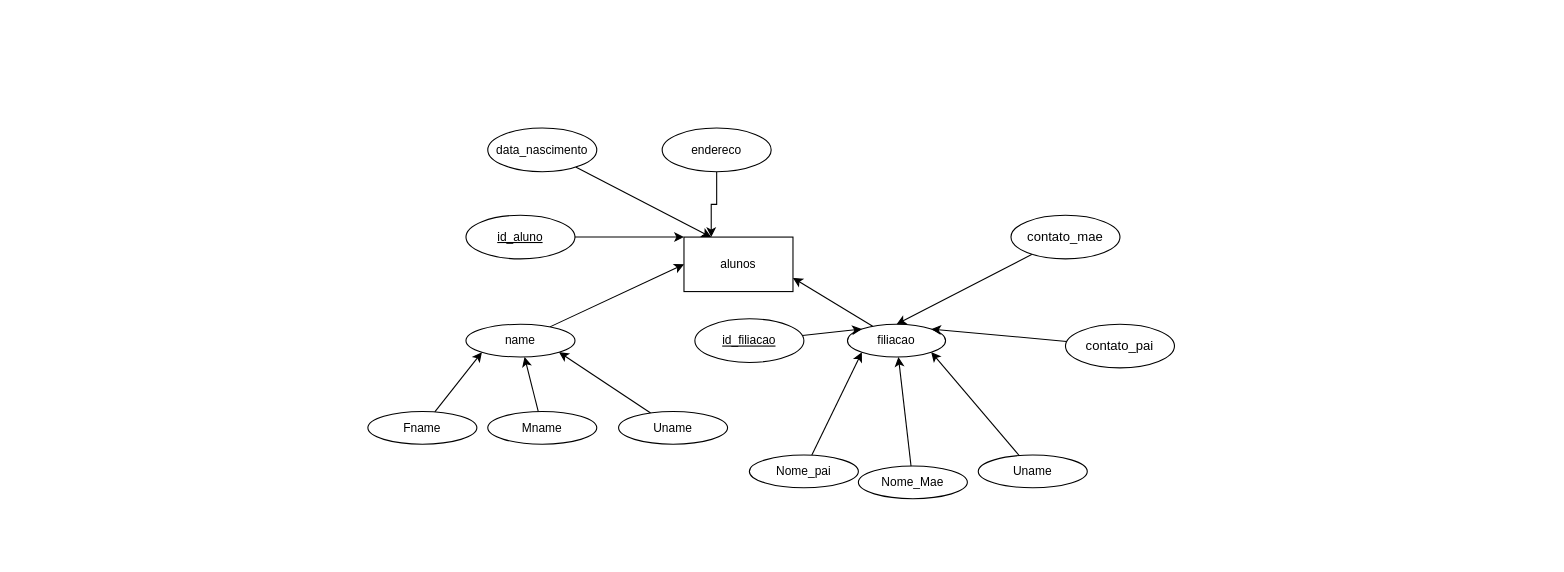
This is Untitled Diagram.drawio from DanielCastilhoDIniz/Estudos_SQL_python, a draw.io file, before an edit. Source tidied: cells renumbered, new cells numbered last; positions are measured from the earlier drawing's top-left corner, leaving out a move shared by most shapes. Both pictures are drawn from the tidied source at 109%, with x=0, y=0 at pixel (367, 128).
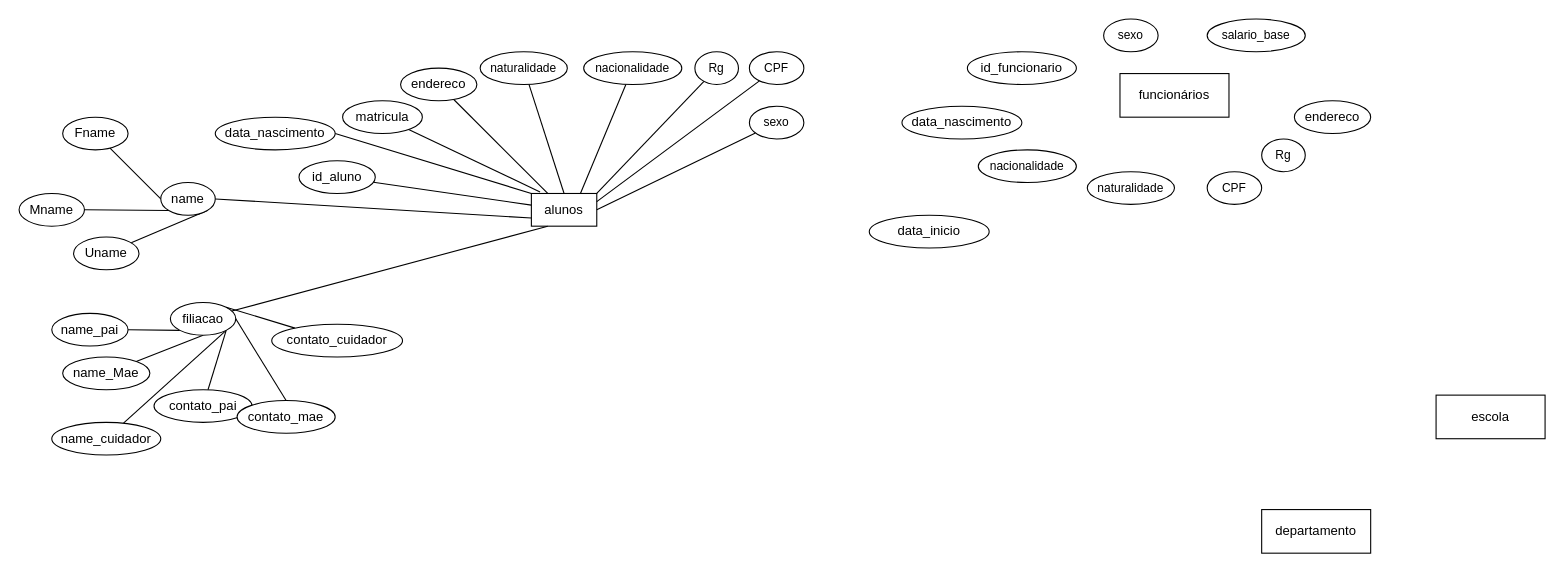
The same diagram, later.

Change to the diagram source:
```diff
@@
-    <mxCell id="2" value="alunos" style="whiteSpace=wrap;html=1;align=center;fontSize=11;" parent="1" vertex="1">
-      <mxGeometry x="290" y="100" width="100" height="50" as="geometry" />
+    <mxCell id="2" value="alunos" style="whiteSpace=wrap;html=1;align=center;rounded=0;labelBackgroundColor=none;" parent="1" vertex="1">
+      <mxGeometry x="150" y="60" width="60" height="30" as="geometry" />
     </mxCell>
-    <mxCell id="3" style="rounded=0;jettySize=auto;html=1;entryX=0;entryY=1;entryDx=0;entryDy=0;fontSize=11;elbow=vertical;" parent="1" edge="1" source="4" target="10">
+    <mxCell id="3" style="rounded=0;jettySize=auto;html=1;entryX=0;entryY=0.5;entryDx=0;entryDy=0;endArrow=none;endFill=0;labelBackgroundColor=none;fontColor=default;" parent="1" edge="1" source="4" target="10">
       <mxGeometry relative="1" as="geometry" />
     </mxCell>
-    <mxCell id="4" value="Fname" style="ellipse;whiteSpace=wrap;html=1;align=center;fontSize=11;" parent="1" vertex="1">
-      <mxGeometry y="260" width="100" height="30" as="geometry" />
+    <mxCell id="4" value="Fname" style="ellipse;whiteSpace=wrap;html=1;align=center;labelBackgroundColor=none;" parent="1" vertex="1">
+      <mxGeometry x="-280" y="-10" width="60" height="30" as="geometry" />
     </mxCell>
-    <mxCell id="5" style="rounded=0;jettySize=auto;html=1;entryX=1;entryY=1;entryDx=0;entryDy=0;fontSize=11;elbow=vertical;" parent="1" edge="1" source="6" target="10">
+    <mxCell id="5" style="rounded=0;jettySize=auto;html=1;entryX=1;entryY=1;entryDx=0;entryDy=0;endArrow=none;endFill=0;labelBackgroundColor=none;fontColor=default;" parent="1" edge="1" source="6" target="10">
       <mxGeometry relative="1" as="geometry" />
     </mxCell>
-    <mxCell id="6" value="Uname" style="ellipse;whiteSpace=wrap;html=1;align=center;fontSize=11;" parent="1" vertex="1">
-      <mxGeometry x="230" y="260" width="100" height="30" as="geometry" />
+    <mxCell id="6" value="Uname" style="ellipse;whiteSpace=wrap;html=1;align=center;labelBackgroundColor=none;" parent="1" vertex="1">
+      <mxGeometry x="-270" y="100" width="60" height="30" as="geometry" />
     </mxCell>
-    <mxCell id="7" style="rounded=0;jettySize=auto;html=1;fontSize=11;elbow=vertical;" parent="1" edge="1" source="8" target="10">
+    <mxCell id="7" style="rounded=0;jettySize=auto;html=1;entryX=0;entryY=1;entryDx=0;entryDy=0;endArrow=none;endFill=0;labelBackgroundColor=none;fontColor=default;" parent="1" edge="1" source="8" target="10">
       <mxGeometry relative="1" as="geometry" />
     </mxCell>
-    <mxCell id="8" value="Mname" style="ellipse;whiteSpace=wrap;html=1;align=center;fontSize=11;" parent="1" vertex="1">
-      <mxGeometry x="110" y="260" width="100" height="30" as="geometry" />
+    <mxCell id="8" value="Mname" style="ellipse;whiteSpace=wrap;html=1;align=center;labelBackgroundColor=none;" parent="1" vertex="1">
+      <mxGeometry x="-320" y="60" width="60" height="30" as="geometry" />
     </mxCell>
-    <mxCell id="9" style="rounded=0;jettySize=auto;html=1;entryX=0;entryY=0.5;entryDx=0;entryDy=0;fontSize=11;elbow=vertical;" parent="1" edge="1" source="10" target="2">
+    <mxCell id="9" style="rounded=0;jettySize=auto;html=1;entryX=0;entryY=0.75;entryDx=0;entryDy=0;exitX=1;exitY=0.5;exitDx=0;exitDy=0;endArrow=none;endFill=0;labelBackgroundColor=none;fontColor=default;" parent="1" edge="1" source="10" target="2">
       <mxGeometry relative="1" as="geometry" />
     </mxCell>
-    <mxCell id="10" value="name" style="ellipse;whiteSpace=wrap;html=1;align=center;fontSize=11;" parent="1" vertex="1">
-      <mxGeometry x="90" y="180" width="100" height="30" as="geometry" />
+    <mxCell id="10" value="name" style="ellipse;whiteSpace=wrap;html=1;align=center;labelBackgroundColor=none;" parent="1" vertex="1">
+      <mxGeometry x="-190" y="50" width="50" height="30" as="geometry" />
     </mxCell>
-    <mxCell id="11" style="rounded=0;jettySize=auto;html=1;entryX=0;entryY=1;entryDx=0;entryDy=0;fontSize=11;elbow=vertical;" parent="1" edge="1" source="12" target="18">
+    <mxCell id="11" style="rounded=0;jettySize=auto;html=1;entryX=0;entryY=1;entryDx=0;entryDy=0;endArrow=none;endFill=0;labelBackgroundColor=none;fontColor=default;" parent="1" edge="1" source="12" target="18">
       <mxGeometry relative="1" as="geometry" />
     </mxCell>
-    <mxCell id="12" value="Nome_pai" style="ellipse;whiteSpace=wrap;html=1;align=center;fontSize=11;" parent="1" vertex="1">
-      <mxGeometry x="350" y="300" width="100" height="30" as="geometry" />
+    <mxCell id="12" value="name_pai" style="ellipse;whiteSpace=wrap;html=1;align=center;labelBackgroundColor=none;" parent="1" vertex="1">
+      <mxGeometry x="-290" y="170" width="70" height="30" as="geometry" />
     </mxCell>
-    <mxCell id="13" style="rounded=0;jettySize=auto;html=1;entryX=1;entryY=1;entryDx=0;entryDy=0;fontSize=11;elbow=vertical;" parent="1" edge="1" source="14" target="18">
+    <mxCell id="13" style="rounded=0;jettySize=auto;html=1;entryX=1;entryY=1;entryDx=0;entryDy=0;endArrow=none;endFill=0;labelBackgroundColor=none;fontColor=default;" parent="1" edge="1" source="14" target="18">
       <mxGeometry relative="1" as="geometry" />
     </mxCell>
-    <mxCell id="14" value="Uname" style="ellipse;whiteSpace=wrap;html=1;align=center;fontSize=11;" parent="1" vertex="1">
-      <mxGeometry x="560" y="300" width="100" height="30" as="geometry" />
+    <mxCell id="14" value="name_cuidador" style="ellipse;whiteSpace=wrap;html=1;align=center;labelBackgroundColor=none;" parent="1" vertex="1">
+      <mxGeometry x="-290" y="270" width="100" height="30" as="geometry" />
     </mxCell>
-    <mxCell id="15" style="rounded=0;jettySize=auto;html=1;fontSize=11;elbow=vertical;" parent="1" edge="1" source="16" target="18">
+    <mxCell id="15" style="rounded=0;jettySize=auto;html=1;entryX=0.5;entryY=1;entryDx=0;entryDy=0;endArrow=none;endFill=0;labelBackgroundColor=none;fontColor=default;" parent="1" edge="1" source="16" target="18">
       <mxGeometry relative="1" as="geometry" />
     </mxCell>
-    <mxCell id="16" value="Nome_Mae" style="ellipse;whiteSpace=wrap;html=1;align=center;fontSize=11;" parent="1" vertex="1">
-      <mxGeometry x="450" y="310" width="100" height="30" as="geometry" />
+    <mxCell id="16" value="name_Mae" style="ellipse;whiteSpace=wrap;html=1;align=center;labelBackgroundColor=none;" parent="1" vertex="1">
+      <mxGeometry x="-280" y="210" width="80" height="30" as="geometry" />
     </mxCell>
-    <mxCell id="17" style="rounded=0;jettySize=auto;html=1;entryX=1;entryY=0.75;entryDx=0;entryDy=0;fontSize=11;elbow=vertical;" parent="1" edge="1" source="18" target="2">
+    <mxCell id="17" style="rounded=0;jettySize=auto;html=1;entryX=0.25;entryY=1;entryDx=0;entryDy=0;endArrow=none;endFill=0;labelBackgroundColor=none;fontColor=default;" parent="1" edge="1" source="18" target="2">
       <mxGeometry relative="1" as="geometry" />
     </mxCell>
-    <mxCell id="18" value="filiacao" style="ellipse;whiteSpace=wrap;html=1;align=center;fontSize=11;" parent="1" vertex="1">
-      <mxGeometry x="440" y="180" width="90" height="30" as="geometry" />
+    <mxCell id="18" value="filiacao" style="ellipse;whiteSpace=wrap;html=1;align=center;labelBackgroundColor=none;" parent="1" vertex="1">
+      <mxGeometry x="-181.2" y="160" width="60" height="30" as="geometry" />
     </mxCell>
-    <mxCell id="19" style="rounded=0;jettySize=auto;html=1;entryX=0;entryY=0;entryDx=0;entryDy=0;fontSize=11;elbow=vertical;" parent="1" edge="1" source="20" target="2">
+    <mxCell id="19" style="rounded=0;jettySize=auto;html=1;endArrow=none;endFill=0;labelBackgroundColor=none;fontColor=default;" parent="1" edge="1" source="20" target="2">
       <mxGeometry relative="1" as="geometry" />
     </mxCell>
-    <mxCell id="20" value="id_aluno" style="ellipse;whiteSpace=wrap;html=1;align=center;fontStyle=4;fontSize=11;" parent="1" vertex="1">
-      <mxGeometry x="90" y="80" width="100" height="40" as="geometry" />
+    <mxCell id="20" value="id_aluno" style="ellipse;whiteSpace=wrap;html=1;align=center;labelBackgroundColor=none;" parent="1" vertex="1">
+      <mxGeometry x="-63.2" y="30" width="70" height="30" as="geometry" />
     </mxCell>
-    <mxCell id="21" style="jettySize=auto;html=1;entryX=0.25;entryY=0;entryDx=0;entryDy=0;fontSize=11;elbow=vertical;rounded=0;strokeColor=default;strokeWidth=1;jumpSize=3;" parent="1" edge="1" source="22" target="2">
+    <mxCell id="21" style="rounded=0;jettySize=auto;html=1;exitX=1;exitY=0.5;exitDx=0;exitDy=0;entryX=0;entryY=0;entryDx=0;entryDy=0;endArrow=none;endFill=0;labelBackgroundColor=none;fontColor=default;" parent="1" edge="1" source="22" target="2">
       <mxGeometry relative="1" as="geometry" />
     </mxCell>
-    <mxCell id="22" value="data_nascimento" style="ellipse;whiteSpace=wrap;html=1;align=center;fontSize=11;" parent="1" vertex="1">
-      <mxGeometry x="110" width="100" height="40" as="geometry" />
+    <mxCell id="22" value="data_nascimento" style="ellipse;whiteSpace=wrap;html=1;align=center;labelBackgroundColor=none;" parent="1" vertex="1">
+      <mxGeometry x="-140" y="-10" width="110" height="30" as="geometry" />
     </mxCell>
-    <mxCell id="23" style="rounded=0;jettySize=auto;html=1;entryX=0;entryY=0;entryDx=0;entryDy=0;fontSize=11;elbow=vertical;" parent="1" edge="1" source="24" target="18">
-      <mxGeometry relative="1" as="geometry" />
-    </mxCell>
-    <mxCell id="24" value="id_filiacao" style="ellipse;whiteSpace=wrap;html=1;align=center;fontStyle=4;fontSize=11;" parent="1" vertex="1">
-      <mxGeometry x="300" y="175" width="100" height="40" as="geometry" />
-    </mxCell>
-    <mxCell id="25" style="rounded=0;jettySize=auto;html=1;entryX=1;entryY=0;entryDx=0;entryDy=0;elbow=vertical;" parent="1" edge="1" source="26" target="18">
+    <mxCell id="25" style="rounded=0;jettySize=auto;html=1;entryX=1;entryY=1;entryDx=0;entryDy=0;endArrow=none;endFill=0;labelBackgroundColor=none;fontColor=default;" parent="1" edge="1" source="26" target="18">
       <mxGeometry relative="1" as="geometry" />
     </mxCell>
-    <mxCell id="26" value="contato_pai" style="ellipse;whiteSpace=wrap;html=1;align=center;" parent="1" vertex="1">
-      <mxGeometry x="640" y="180" width="100" height="40" as="geometry" />
+    <mxCell id="26" value="contato_pai" style="ellipse;whiteSpace=wrap;html=1;align=center;labelBackgroundColor=none;" parent="1" vertex="1">
+      <mxGeometry x="-196.2" y="240" width="90" height="30" as="geometry" />
     </mxCell>
-    <mxCell id="27" style="rounded=0;jettySize=auto;html=1;entryX=0.5;entryY=0;entryDx=0;entryDy=0;elbow=vertical;" parent="1" edge="1" source="28" target="18">
+    <mxCell id="27" style="rounded=0;jettySize=auto;html=1;exitX=0.5;exitY=0;exitDx=0;exitDy=0;entryX=1;entryY=0.5;entryDx=0;entryDy=0;startArrow=none;startFill=0;endArrow=none;endFill=0;labelBackgroundColor=none;fontColor=default;" parent="1" edge="1" source="28" target="18">
       <mxGeometry relative="1" as="geometry" />
     </mxCell>
-    <mxCell id="28" value="contato_mae" style="ellipse;whiteSpace=wrap;html=1;align=center;" parent="1" vertex="1">
-      <mxGeometry x="590" y="80" width="100" height="40" as="geometry" />
+    <mxCell id="28" value="contato_mae" style="ellipse;whiteSpace=wrap;html=1;align=center;labelBackgroundColor=none;" parent="1" vertex="1">
+      <mxGeometry x="-120" y="250" width="90" height="30" as="geometry" />
     </mxCell>
-    <mxCell id="29" style="edgeStyle=orthogonalEdgeStyle;rounded=0;jettySize=auto;html=1;entryX=0.25;entryY=0;entryDx=0;entryDy=0;" parent="1" edge="1" source="30" target="2">
+    <mxCell id="29" style="rounded=0;jettySize=auto;html=1;entryX=0.25;entryY=0;entryDx=0;entryDy=0;endArrow=none;endFill=0;labelBackgroundColor=none;fontColor=default;" parent="1" edge="1" source="30" target="2">
       <mxGeometry relative="1" as="geometry" />
     </mxCell>
-    <mxCell id="30" value="endereco" style="ellipse;whiteSpace=wrap;html=1;align=center;fontSize=11;" parent="1" vertex="1">
-      <mxGeometry x="270" width="100" height="40" as="geometry" />
+    <mxCell id="30" value="endereco" style="ellipse;whiteSpace=wrap;html=1;align=center;labelBackgroundColor=none;" parent="1" vertex="1">
+      <mxGeometry x="30" y="-55" width="70" height="30" as="geometry" />
     </mxCell>
+    <mxCell id="31" style="rounded=0;jettySize=auto;html=1;entryX=1;entryY=0;entryDx=0;entryDy=0;endArrow=none;endFill=0;labelBackgroundColor=none;fontColor=default;" parent="1" edge="1" source="32" target="18">
+      <mxGeometry relative="1" as="geometry" />
+    </mxCell>
+    <mxCell id="32" value="contato_cuidador" style="ellipse;whiteSpace=wrap;html=1;align=center;labelBackgroundColor=none;" parent="1" vertex="1">
+      <mxGeometry x="-88.2" y="180" width="120" height="30" as="geometry" />
+    </mxCell>
+    <mxCell id="33" style="rounded=0;jettySize=auto;html=1;entryX=0.5;entryY=0;entryDx=0;entryDy=0;endArrow=none;endFill=0;labelBackgroundColor=none;fontColor=default;" parent="1" edge="1" source="34" target="2">
+      <mxGeometry relative="1" as="geometry" />
+    </mxCell>
+    <mxCell id="34" value="naturalidade" style="ellipse;whiteSpace=wrap;html=1;align=center;fontSize=11;labelBackgroundColor=none;" parent="1" vertex="1">
+      <mxGeometry x="103" y="-70" width="80" height="30" as="geometry" />
+    </mxCell>
+    <mxCell id="35" style="rounded=0;jettySize=auto;html=1;entryX=0.75;entryY=0;entryDx=0;entryDy=0;endArrow=none;endFill=0;labelBackgroundColor=none;fontColor=default;" parent="1" edge="1" source="36" target="2">
+      <mxGeometry relative="1" as="geometry" />
+    </mxCell>
+    <mxCell id="36" value="nacionalidade" style="ellipse;whiteSpace=wrap;html=1;align=center;fontSize=11;labelBackgroundColor=none;" parent="1" vertex="1">
+      <mxGeometry x="198" y="-70" width="90" height="30" as="geometry" />
+    </mxCell>
+    <mxCell id="37" style="rounded=0;jettySize=auto;html=1;entryX=1;entryY=0;entryDx=0;entryDy=0;endArrow=none;endFill=0;labelBackgroundColor=none;fontColor=default;" parent="1" edge="1" source="38" target="2">
+      <mxGeometry relative="1" as="geometry" />
+    </mxCell>
+    <mxCell id="38" value="Rg" style="ellipse;whiteSpace=wrap;html=1;align=center;fontSize=11;labelBackgroundColor=none;" parent="1" vertex="1">
+      <mxGeometry x="300" y="-70" width="40" height="30" as="geometry" />
+    </mxCell>
+    <mxCell id="39" style="jettySize=auto;html=1;entryX=1;entryY=0.25;entryDx=0;entryDy=0;endArrow=none;endFill=0;labelBackgroundColor=none;fontColor=default;" parent="1" edge="1" source="40" target="2">
+      <mxGeometry relative="1" as="geometry" />
+    </mxCell>
+    <mxCell id="40" value="CPF" style="ellipse;whiteSpace=wrap;html=1;align=center;fontSize=11;labelBackgroundColor=none;" parent="1" vertex="1">
+      <mxGeometry x="350" y="-70" width="50" height="30" as="geometry" />
+    </mxCell>
+    <mxCell id="41" style="rounded=0;jettySize=auto;html=1;entryX=0.133;entryY=-0.047;entryDx=0;entryDy=0;entryPerimeter=0;endArrow=none;endFill=0;labelBackgroundColor=none;fontColor=default;" parent="1" edge="1" source="42" target="2">
+      <mxGeometry relative="1" as="geometry" />
+    </mxCell>
+    <mxCell id="42" value="matricula" style="ellipse;whiteSpace=wrap;html=1;align=center;labelBackgroundColor=none;" parent="1" vertex="1">
+      <mxGeometry x="-23.2" y="-25" width="73.2" height="30" as="geometry" />
+    </mxCell>
+    <mxCell id="43" style="edgeStyle=orthogonalEdgeStyle;rounded=0;orthogonalLoop=1;jettySize=auto;html=1;exitX=0.5;exitY=1;exitDx=0;exitDy=0;labelBackgroundColor=none;fontColor=default;" parent="1" edge="1" source="20" target="20">
+      <mxGeometry relative="1" as="geometry" />
+    </mxCell>
+    <mxCell id="44" value="funcionários" style="whiteSpace=wrap;html=1;align=center;labelBackgroundColor=none;" parent="1" vertex="1">
+      <mxGeometry x="690" y="-50" width="100" height="40" as="geometry" />
+    </mxCell>
+    <mxCell id="45" value="id_funcionario" style="ellipse;whiteSpace=wrap;html=1;align=center;labelBackgroundColor=none;" parent="1" vertex="1">
+      <mxGeometry x="550" y="-70" width="100" height="30" as="geometry" />
+    </mxCell>
+    <mxCell id="46" value="data_nascimento" style="ellipse;whiteSpace=wrap;html=1;align=center;labelBackgroundColor=none;" parent="1" vertex="1">
+      <mxGeometry x="490" y="-20" width="110" height="30" as="geometry" />
+    </mxCell>
+    <mxCell id="47" value="endereco" style="ellipse;whiteSpace=wrap;html=1;align=center;labelBackgroundColor=none;" parent="1" vertex="1">
+      <mxGeometry x="850" y="-25" width="70" height="30" as="geometry" />
+    </mxCell>
+    <mxCell id="48" value="naturalidade" style="ellipse;whiteSpace=wrap;html=1;align=center;fontSize=11;labelBackgroundColor=none;" parent="1" vertex="1">
+      <mxGeometry x="660" y="40" width="80" height="30" as="geometry" />
+    </mxCell>
+    <mxCell id="49" value="nacionalidade" style="ellipse;whiteSpace=wrap;html=1;align=center;fontSize=11;labelBackgroundColor=none;" parent="1" vertex="1">
+      <mxGeometry x="560" y="20" width="90" height="30" as="geometry" />
+    </mxCell>
+    <mxCell id="50" value="Rg" style="ellipse;whiteSpace=wrap;html=1;align=center;fontSize=11;labelBackgroundColor=none;" parent="1" vertex="1">
+      <mxGeometry x="820" y="10" width="40" height="30" as="geometry" />
+    </mxCell>
+    <mxCell id="51" value="CPF" style="ellipse;whiteSpace=wrap;html=1;align=center;fontSize=11;labelBackgroundColor=none;" parent="1" vertex="1">
+      <mxGeometry x="770" y="40" width="50" height="30" as="geometry" />
+    </mxCell>
+    <mxCell id="52" value="data_inicio" style="ellipse;whiteSpace=wrap;html=1;align=center;labelBackgroundColor=none;" parent="1" vertex="1">
+      <mxGeometry x="460" y="80" width="110" height="30" as="geometry" />
+    </mxCell>
+    <mxCell id="53" style="rounded=0;jettySize=auto;html=1;entryX=1;entryY=0.5;entryDx=0;entryDy=0;endArrow=none;endFill=0;" parent="1" edge="1" source="54" target="2">
+      <mxGeometry relative="1" as="geometry" />
+    </mxCell>
+    <mxCell id="54" value="sexo" style="ellipse;whiteSpace=wrap;html=1;align=center;fontSize=11;labelBackgroundColor=none;" parent="1" vertex="1">
+      <mxGeometry x="350" y="-20" width="50" height="30" as="geometry" />
+    </mxCell>
+    <mxCell id="55" value="sexo" style="ellipse;whiteSpace=wrap;html=1;align=center;fontSize=11;labelBackgroundColor=none;" parent="1" vertex="1">
+      <mxGeometry x="675" y="-100" width="50" height="30" as="geometry" />
+    </mxCell>
+    <mxCell id="56" value="salario_base" style="ellipse;whiteSpace=wrap;html=1;align=center;fontSize=11;labelBackgroundColor=none;" parent="1" vertex="1">
+      <mxGeometry x="770" y="-100" width="90" height="30" as="geometry" />
+    </mxCell>
+    <mxCell id="57" value="departamento" style="whiteSpace=wrap;html=1;align=center;labelBackgroundColor=none;" parent="1" vertex="1">
+      <mxGeometry x="820" y="350" width="100" height="40" as="geometry" />
+    </mxCell>
+    <mxCell id="58" value="escola" style="whiteSpace=wrap;html=1;align=center;labelBackgroundColor=none;" parent="1" vertex="1">
+      <mxGeometry x="980" y="245" width="100" height="40" as="geometry" />
+    </mxCell>
```
